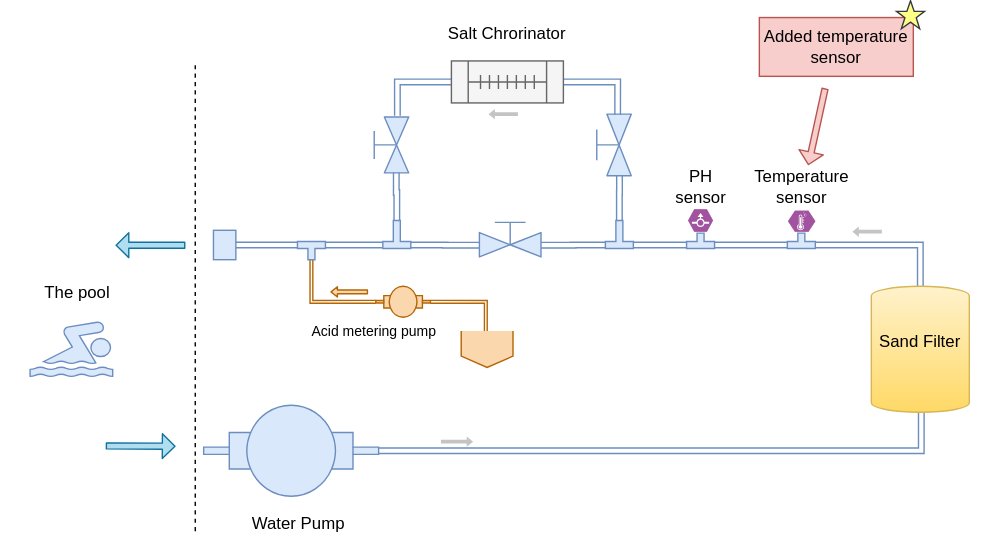
Earlier version of the draw.io export doc/medias/swimming-pool-installation.svg (jeayacks/poolcontrol). Source tidied: cells renumbered, new cells last; positions are measured from the earlier drawing's top-left corner, leaving out a move shared by most shapes.
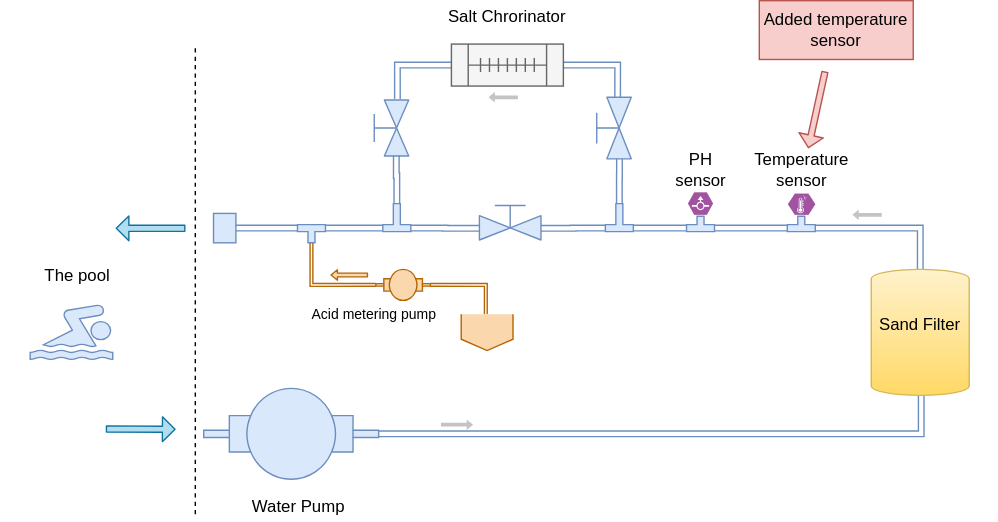
The same file after the commit.

Diff of the diagram source:
```diff
@@ -146,9 +146,6 @@
     <mxCell id="44" value="Added temperature sensor" style="text;html=1;strokeColor=#b85450;fillColor=#f8cecc;align=center;verticalAlign=middle;whiteSpace=wrap;rounded=0;" parent="1" vertex="1">
       <mxGeometry x="542" y="12" width="110" height="42" as="geometry" />
     </mxCell>
-    <mxCell id="45" style="dashed=0;verticalLabelPosition=bottom;verticalAlign=top;align=center;shape=mxgraph.gmdl.star;strokeColor=#36393d;fillColor=#ffff88;shadow=0;fontSize=10;" parent="1" vertex="1">
-      <mxGeometry x="640" width="20" height="20" as="geometry" />
-    </mxCell>
     <mxCell id="46" value="The pool" style="text;html=1;strokeColor=none;fillColor=none;align=center;verticalAlign=middle;whiteSpace=wrap;rounded=0;" parent="1" vertex="1">
       <mxGeometry y="199" width="110" height="20" as="geometry" />
     </mxCell>
```
